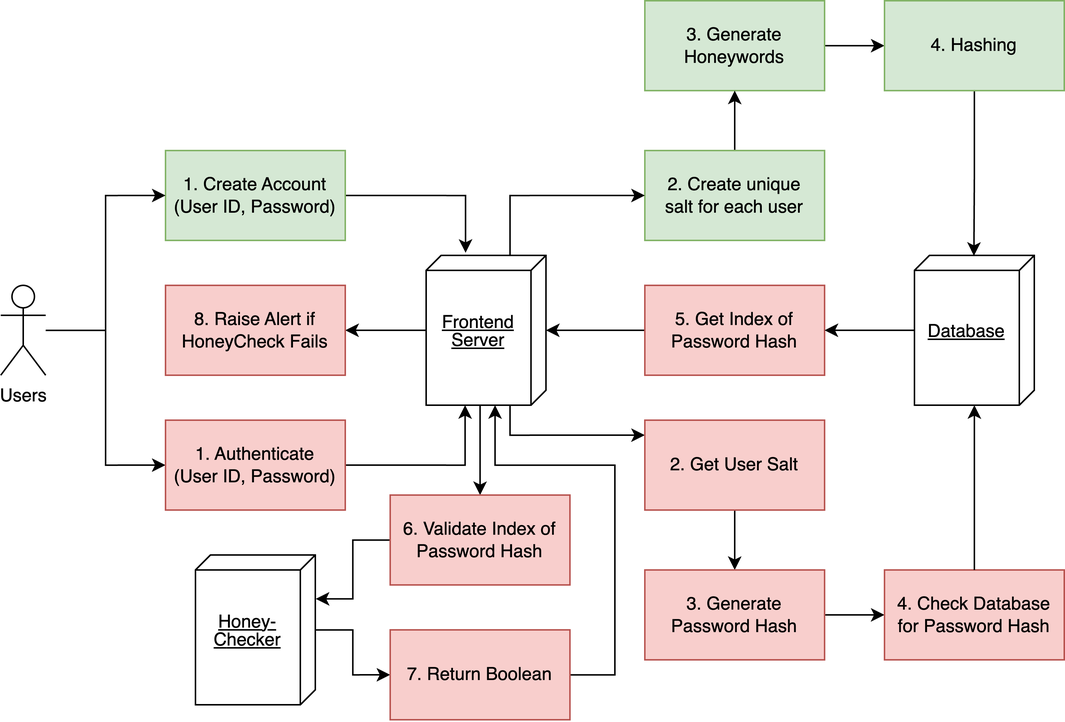
Earlier version of the draw.io export HW6/images/System_Architecture_Diagram.png (Pillowkoh/51.502-System-Security). Source tidied: cells renumbered, new cells last; positions are measured from the earlier drawing's top-left corner, leaving out a move shared by most shapes.
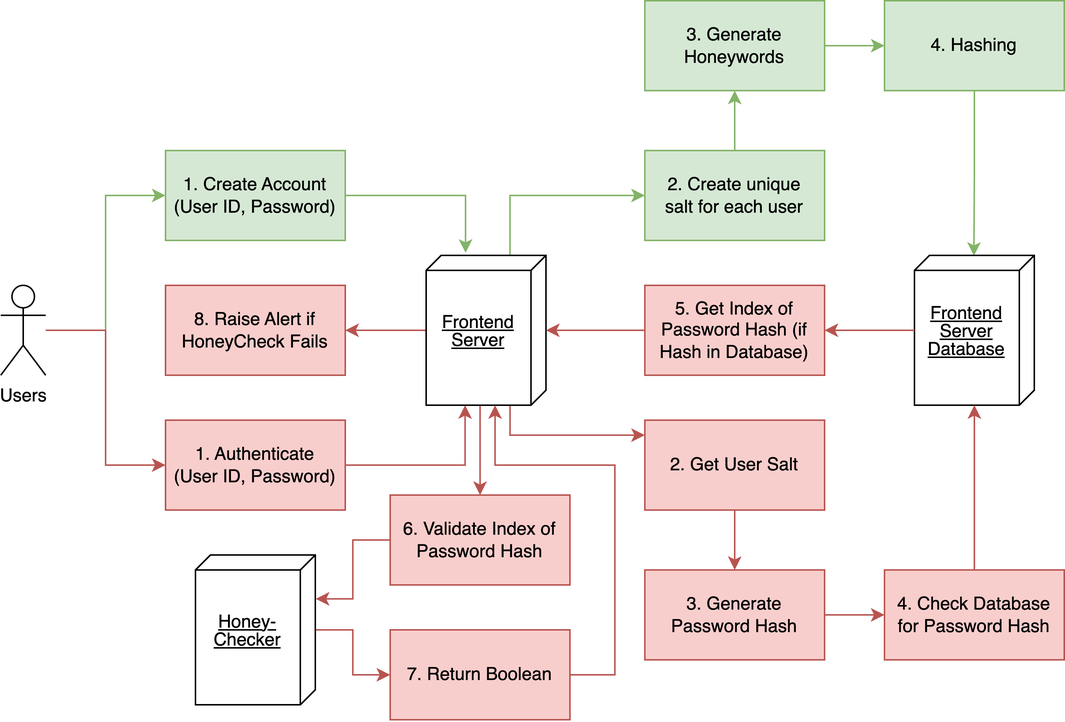
Above is the later version.

What changed in the source:
```diff
@@ -2,7 +2,7 @@
   <root>
     <mxCell id="0" />
     <mxCell id="1" parent="0" />
-    <mxCell id="2" style="edgeStyle=orthogonalEdgeStyle;rounded=0;jettySize=auto;html=1;exitX=1;exitY=0.5;exitDx=0;exitDy=0;entryX=-0.017;entryY=0.671;entryDx=0;entryDy=0;entryPerimeter=0;" parent="1" edge="1" source="3" target="27">
+    <mxCell id="2" style="edgeStyle=orthogonalEdgeStyle;rounded=0;jettySize=auto;html=1;exitX=1;exitY=0.5;exitDx=0;exitDy=0;entryX=-0.017;entryY=0.671;entryDx=0;entryDy=0;entryPerimeter=0;fillColor=#d5e8d4;strokeColor=#82b366;" parent="1" edge="1" source="3" target="27">
       <mxGeometry relative="1" as="geometry">
         <Array as="points">
           <mxPoint x="310" y="130" />
@@ -12,16 +12,16 @@
     <mxCell id="3" value="1. Create Account&lt;br&gt;(User ID, Password)" style="rounded=0;whiteSpace=wrap;html=1;fillColor=#d5e8d4;strokeColor=#82b366;" parent="1" vertex="1">
       <mxGeometry x="110" y="100" width="120" height="60" as="geometry" />
     </mxCell>
-    <mxCell id="4" style="edgeStyle=orthogonalEdgeStyle;rounded=0;jettySize=auto;html=1;entryX=0;entryY=0.5;entryDx=0;entryDy=0;" parent="1" edge="1" source="6" target="3">
+    <mxCell id="4" style="edgeStyle=orthogonalEdgeStyle;rounded=0;jettySize=auto;html=1;entryX=0;entryY=0.5;entryDx=0;entryDy=0;fillColor=#d5e8d4;strokeColor=#82b366;" parent="1" edge="1" source="6" target="3">
       <mxGeometry relative="1" as="geometry" />
     </mxCell>
-    <mxCell id="5" style="edgeStyle=orthogonalEdgeStyle;rounded=0;jettySize=auto;html=1;entryX=0;entryY=0.5;entryDx=0;entryDy=0;" parent="1" edge="1" source="6" target="8">
+    <mxCell id="5" style="edgeStyle=orthogonalEdgeStyle;rounded=0;jettySize=auto;html=1;entryX=0;entryY=0.5;entryDx=0;entryDy=0;fillColor=#f8cecc;strokeColor=#b85450;" parent="1" edge="1" source="6" target="8">
       <mxGeometry relative="1" as="geometry" />
     </mxCell>
     <mxCell id="6" value="Users" style="shape=umlActor;verticalLabelPosition=bottom;verticalAlign=top;html=1;outlineConnect=0;" parent="1" vertex="1">
       <mxGeometry y="190" width="30" height="60" as="geometry" />
     </mxCell>
-    <mxCell id="7" style="edgeStyle=orthogonalEdgeStyle;rounded=0;jettySize=auto;html=1;exitX=1;exitY=0.5;exitDx=0;exitDy=0;" parent="1" edge="1" source="8">
+    <mxCell id="7" style="edgeStyle=orthogonalEdgeStyle;rounded=0;jettySize=auto;html=1;exitX=1;exitY=0.5;exitDx=0;exitDy=0;fillColor=#f8cecc;strokeColor=#b85450;" parent="1" edge="1" source="8">
       <mxGeometry relative="1" as="geometry">
         <mxPoint x="310" y="270" as="targetPoint" />
         <Array as="points">
@@ -35,39 +35,39 @@
     <mxCell id="9" style="edgeStyle=orthogonalEdgeStyle;rounded=0;orthogonalLoop=1;jettySize=auto;html=1;exitX=0.5;exitY=1;exitDx=0;exitDy=0;" parent="1" edge="1" source="8" target="8">
       <mxGeometry relative="1" as="geometry" />
     </mxCell>
-    <mxCell id="10" style="edgeStyle=orthogonalEdgeStyle;rounded=0;jettySize=auto;html=1;entryX=0.5;entryY=0;entryDx=0;entryDy=0;exitX=0;exitY=0;exitDx=100;exitDy=45;exitPerimeter=0;" parent="1" edge="1" source="27" target="25">
+    <mxCell id="10" style="edgeStyle=orthogonalEdgeStyle;rounded=0;jettySize=auto;html=1;entryX=0.5;entryY=0;entryDx=0;entryDy=0;exitX=0;exitY=0;exitDx=100;exitDy=45;exitPerimeter=0;fillColor=#f8cecc;strokeColor=#b85450;" parent="1" edge="1" source="27" target="25">
       <mxGeometry relative="1" as="geometry">
         <Array as="points">
           <mxPoint x="320" y="270" />
         </Array>
       </mxGeometry>
     </mxCell>
-    <mxCell id="11" style="edgeStyle=orthogonalEdgeStyle;rounded=0;jettySize=auto;html=1;entryX=0;entryY=0.5;entryDx=0;entryDy=0;" parent="1" edge="1" source="12" target="16">
+    <mxCell id="11" style="edgeStyle=orthogonalEdgeStyle;rounded=0;jettySize=auto;html=1;entryX=0;entryY=0.5;entryDx=0;entryDy=0;fillColor=#d5e8d4;strokeColor=#82b366;" parent="1" edge="1" source="12" target="16">
       <mxGeometry relative="1" as="geometry" />
     </mxCell>
     <mxCell id="12" value="3. Generate Honeywords" style="rounded=0;whiteSpace=wrap;html=1;fillColor=#d5e8d4;strokeColor=#82b366;" parent="1" vertex="1">
       <mxGeometry x="430" width="120" height="60" as="geometry" />
     </mxCell>
-    <mxCell id="13" style="edgeStyle=orthogonalEdgeStyle;rounded=0;jettySize=auto;html=1;entryX=0.5;entryY=1;entryDx=0;entryDy=0;" parent="1" edge="1" source="14" target="12">
+    <mxCell id="13" style="edgeStyle=orthogonalEdgeStyle;rounded=0;jettySize=auto;html=1;entryX=0.5;entryY=1;entryDx=0;entryDy=0;fillColor=#d5e8d4;strokeColor=#82b366;" parent="1" edge="1" source="14" target="12">
       <mxGeometry relative="1" as="geometry" />
     </mxCell>
     <mxCell id="14" value="2. Create unique &lt;br&gt;salt for each user" style="rounded=0;whiteSpace=wrap;html=1;fillColor=#d5e8d4;strokeColor=#82b366;" parent="1" vertex="1">
       <mxGeometry x="430" y="100" width="120" height="60" as="geometry" />
     </mxCell>
-    <mxCell id="15" style="edgeStyle=orthogonalEdgeStyle;rounded=0;jettySize=auto;html=1;entryX=0.003;entryY=0.504;entryDx=0;entryDy=0;entryPerimeter=0;" parent="1" edge="1" source="16" target="28">
+    <mxCell id="15" style="edgeStyle=orthogonalEdgeStyle;rounded=0;jettySize=auto;html=1;entryX=0.003;entryY=0.504;entryDx=0;entryDy=0;entryPerimeter=0;fillColor=#d5e8d4;strokeColor=#82b366;" parent="1" edge="1" source="16" target="28">
       <mxGeometry relative="1" as="geometry" />
     </mxCell>
     <mxCell id="16" value="4. Hashing" style="rounded=0;whiteSpace=wrap;html=1;fillColor=#d5e8d4;strokeColor=#82b366;" parent="1" vertex="1">
       <mxGeometry x="590" width="120" height="60" as="geometry" />
     </mxCell>
-    <mxCell id="17" style="edgeStyle=orthogonalEdgeStyle;rounded=0;jettySize=auto;html=1;entryX=0;entryY=0.5;entryDx=0;entryDy=0;exitX=0.003;exitY=0.3;exitDx=0;exitDy=0;exitPerimeter=0;" parent="1" edge="1" source="27" target="14">
+    <mxCell id="17" style="edgeStyle=orthogonalEdgeStyle;rounded=0;jettySize=auto;html=1;entryX=0;entryY=0.5;entryDx=0;entryDy=0;exitX=0.003;exitY=0.3;exitDx=0;exitDy=0;exitPerimeter=0;fillColor=#d5e8d4;strokeColor=#82b366;" parent="1" edge="1" source="27" target="14">
       <mxGeometry relative="1" as="geometry">
         <Array as="points">
           <mxPoint x="340" y="130" />
         </Array>
       </mxGeometry>
     </mxCell>
-    <mxCell id="18" style="edgeStyle=orthogonalEdgeStyle;rounded=0;orthogonalLoop=1;jettySize=auto;html=1;" parent="1" edge="1">
+    <mxCell id="18" style="edgeStyle=orthogonalEdgeStyle;rounded=0;orthogonalLoop=1;jettySize=auto;html=1;fillColor=#f8cecc;strokeColor=#b85450;" parent="1" edge="1">
       <mxGeometry relative="1" as="geometry">
         <mxPoint x="340" y="270" as="sourcePoint" />
         <mxPoint x="430" y="290" as="targetPoint" />
@@ -77,13 +77,13 @@
         </Array>
       </mxGeometry>
     </mxCell>
-    <mxCell id="19" style="edgeStyle=orthogonalEdgeStyle;rounded=0;jettySize=auto;html=1;entryX=0.5;entryY=0;entryDx=0;entryDy=0;" parent="1" edge="1" source="20" target="22">
+    <mxCell id="19" style="edgeStyle=orthogonalEdgeStyle;rounded=0;jettySize=auto;html=1;entryX=0.5;entryY=0;entryDx=0;entryDy=0;fillColor=#f8cecc;strokeColor=#b85450;" parent="1" edge="1" source="20" target="22">
       <mxGeometry relative="1" as="geometry" />
     </mxCell>
     <mxCell id="20" value="2. Get User Salt" style="rounded=0;whiteSpace=wrap;html=1;fillColor=#f8cecc;strokeColor=#b85450;" parent="1" vertex="1">
       <mxGeometry x="430" y="280" width="120" height="60" as="geometry" />
     </mxCell>
-    <mxCell id="21" style="edgeStyle=orthogonalEdgeStyle;rounded=0;jettySize=auto;html=1;entryX=0;entryY=0.5;entryDx=0;entryDy=0;" parent="1" edge="1" source="22" target="23">
+    <mxCell id="21" style="edgeStyle=orthogonalEdgeStyle;rounded=0;jettySize=auto;html=1;entryX=0;entryY=0.5;entryDx=0;entryDy=0;fillColor=#f8cecc;strokeColor=#b85450;" parent="1" edge="1" source="22" target="23">
       <mxGeometry relative="1" as="geometry" />
     </mxCell>
     <mxCell id="22" value="3. Generate Password Hash" style="rounded=0;whiteSpace=wrap;html=1;fillColor=#f8cecc;strokeColor=#b85450;" parent="1" vertex="1">
@@ -92,7 +92,7 @@
     <mxCell id="23" value="4. Check Database for Password Hash" style="rounded=0;whiteSpace=wrap;html=1;fillColor=#f8cecc;strokeColor=#b85450;" parent="1" vertex="1">
       <mxGeometry x="590" y="380" width="120" height="60" as="geometry" />
     </mxCell>
-    <mxCell id="24" style="edgeStyle=orthogonalEdgeStyle;rounded=0;jettySize=auto;html=1;entryX=0.293;entryY=-0.004;entryDx=0;entryDy=0;entryPerimeter=0;" parent="1" edge="1" source="25" target="34">
+    <mxCell id="24" style="edgeStyle=orthogonalEdgeStyle;rounded=0;jettySize=auto;html=1;entryX=0.293;entryY=-0.004;entryDx=0;entryDy=0;entryPerimeter=0;fillColor=#f8cecc;strokeColor=#b85450;" parent="1" edge="1" source="25" target="34">
       <mxGeometry relative="1" as="geometry">
         <Array as="points">
           <mxPoint x="235" y="360" />
@@ -103,34 +103,34 @@
     <mxCell id="25" value="6. Validate Index of Password Hash" style="rounded=0;whiteSpace=wrap;html=1;fillColor=#f8cecc;strokeColor=#b85450;" parent="1" vertex="1">
       <mxGeometry x="260" y="330" width="120" height="60" as="geometry" />
     </mxCell>
-    <mxCell id="26" style="edgeStyle=orthogonalEdgeStyle;rounded=0;jettySize=auto;html=1;entryX=1;entryY=0.5;entryDx=0;entryDy=0;" parent="1" edge="1" source="27" target="37">
+    <mxCell id="26" style="edgeStyle=orthogonalEdgeStyle;rounded=0;jettySize=auto;html=1;entryX=1;entryY=0.5;entryDx=0;entryDy=0;fillColor=#f8cecc;strokeColor=#b85450;" parent="1" edge="1" source="27" target="37">
       <mxGeometry relative="1" as="geometry" />
     </mxCell>
     <mxCell id="27" value="&lt;p style=&quot;line-height: 100%;&quot;&gt;Frontend Server&lt;/p&gt;" style="verticalAlign=middle;align=center;spacingTop=0;spacingLeft=2;spacingRight=12;shape=cube;size=10;direction=south;fontStyle=4;html=1;whiteSpace=wrap;" parent="1" vertex="1">
       <mxGeometry x="284" y="170" width="80" height="100" as="geometry" />
     </mxCell>
-    <mxCell id="28" value="&lt;p style=&quot;line-height: 100%;&quot;&gt;Database&lt;/p&gt;" style="verticalAlign=middle;align=center;spacingTop=0;spacingLeft=2;spacingRight=12;shape=cube;size=10;direction=south;fontStyle=4;html=1;whiteSpace=wrap;" parent="1" vertex="1">
+    <mxCell id="28" value="&lt;p style=&quot;line-height: 100%;&quot;&gt;&lt;span style=&quot;background-color: initial;&quot;&gt;Frontend Server Database&lt;/span&gt;&lt;br&gt;&lt;/p&gt;" style="verticalAlign=middle;align=center;spacingTop=0;spacingLeft=2;spacingRight=12;shape=cube;size=10;direction=south;fontStyle=4;html=1;whiteSpace=wrap;" parent="1" vertex="1">
       <mxGeometry x="610" y="170" width="80" height="100" as="geometry" />
     </mxCell>
-    <mxCell id="29" style="edgeStyle=orthogonalEdgeStyle;rounded=0;jettySize=auto;html=1;" parent="1" edge="1" source="30" target="27">
+    <mxCell id="29" style="edgeStyle=orthogonalEdgeStyle;rounded=0;jettySize=auto;html=1;fillColor=#f8cecc;strokeColor=#b85450;" parent="1" edge="1" source="30" target="27">
       <mxGeometry relative="1" as="geometry" />
     </mxCell>
-    <mxCell id="30" value="5. Get Index of Password Hash" style="rounded=0;whiteSpace=wrap;html=1;fillColor=#f8cecc;strokeColor=#b85450;" parent="1" vertex="1">
+    <mxCell id="30" value="5. Get Index of Password Hash (if Hash in Database)" style="rounded=0;whiteSpace=wrap;html=1;fillColor=#f8cecc;strokeColor=#b85450;" parent="1" vertex="1">
       <mxGeometry x="430" y="190" width="120" height="60" as="geometry" />
     </mxCell>
-    <mxCell id="31" style="edgeStyle=orthogonalEdgeStyle;rounded=0;jettySize=auto;html=1;entryX=1;entryY=0.5;entryDx=0;entryDy=0;" parent="1" edge="1" source="28" target="30">
+    <mxCell id="31" style="edgeStyle=orthogonalEdgeStyle;rounded=0;jettySize=auto;html=1;entryX=1;entryY=0.5;entryDx=0;entryDy=0;fillColor=#f8cecc;strokeColor=#b85450;" parent="1" edge="1" source="28" target="30">
       <mxGeometry relative="1" as="geometry" />
     </mxCell>
-    <mxCell id="32" style="edgeStyle=orthogonalEdgeStyle;rounded=0;jettySize=auto;html=1;" parent="1" edge="1" source="23" target="28">
+    <mxCell id="32" style="edgeStyle=orthogonalEdgeStyle;rounded=0;jettySize=auto;html=1;fillColor=#f8cecc;strokeColor=#b85450;" parent="1" edge="1" source="23" target="28">
       <mxGeometry relative="1" as="geometry" />
     </mxCell>
-    <mxCell id="33" style="edgeStyle=orthogonalEdgeStyle;rounded=0;jettySize=auto;html=1;entryX=0;entryY=0.5;entryDx=0;entryDy=0;" parent="1" edge="1" source="34" target="36">
+    <mxCell id="33" style="edgeStyle=orthogonalEdgeStyle;rounded=0;jettySize=auto;html=1;entryX=0;entryY=0.5;entryDx=0;entryDy=0;fillColor=#f8cecc;strokeColor=#b85450;" parent="1" edge="1" source="34" target="36">
       <mxGeometry relative="1" as="geometry" />
     </mxCell>
     <mxCell id="34" value="&lt;p style=&quot;line-height: 100%;&quot;&gt;Honey-C&lt;span style=&quot;background-color: initial;&quot;&gt;hecker&lt;/span&gt;&lt;/p&gt;" style="verticalAlign=middle;align=center;spacingTop=0;spacingLeft=2;spacingRight=12;shape=cube;size=10;direction=south;fontStyle=4;html=1;whiteSpace=wrap;" parent="1" vertex="1">
       <mxGeometry x="130" y="370" width="80" height="100" as="geometry" />
     </mxCell>
-    <mxCell id="35" style="edgeStyle=orthogonalEdgeStyle;rounded=0;jettySize=auto;html=1;entryX=1;entryY=0.425;entryDx=0;entryDy=0;entryPerimeter=0;" parent="1" edge="1" source="36" target="27">
+    <mxCell id="35" style="edgeStyle=orthogonalEdgeStyle;rounded=0;jettySize=auto;html=1;entryX=1;entryY=0.425;entryDx=0;entryDy=0;entryPerimeter=0;fillColor=#f8cecc;strokeColor=#b85450;" parent="1" edge="1" source="36" target="27">
       <mxGeometry relative="1" as="geometry">
         <Array as="points">
           <mxPoint x="410" y="450" />
```
